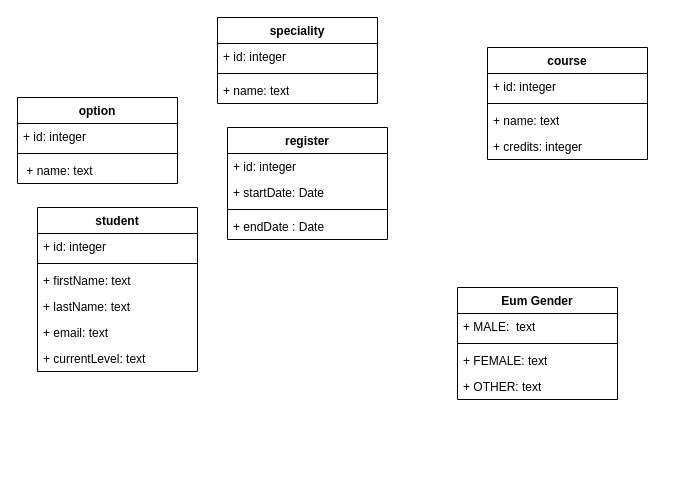
Above: page "Page-1" (1 of 3) of schoolapp-use-case-spring-1.drawio in sidofdountio/schoolappui (draw.io), before the change. Source tidied: cells renumbered, new cells numbered last; positions are measured from the earlier drawing's top-left corner, leaving out a move shared by most shapes. Both pictures are drawn from the tidied source at 100%, with x=0, y=0 at pixel (17, 17).
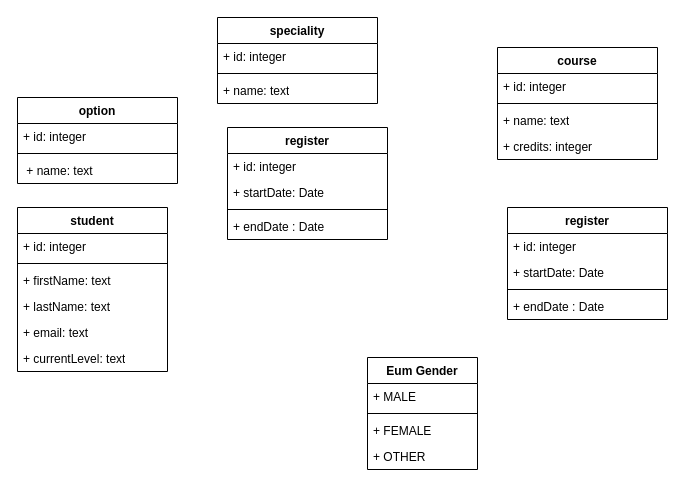
Above is the later version.

Change to the diagram source:
```diff
@@
     <mxCell id="10" value="course" style="swimlane;fontStyle=1;align=center;verticalAlign=top;horizontal=1;startSize=26;whiteSpace=wrap;html=1;" parent="1" vertex="1">
-      <mxGeometry x="470" y="30" width="160" height="112" as="geometry" />
+      <mxGeometry x="480" y="30" width="160" height="112" as="geometry" />
     </mxCell>
@@
     <mxCell id="15" value="student" style="swimlane;fontStyle=1;align=center;verticalAlign=top;horizontal=1;startSize=26;whiteSpace=wrap;html=1;" parent="1" vertex="1">
-      <mxGeometry x="20" y="190" width="160" height="164" as="geometry" />
+      <mxGeometry y="190" width="150" height="164" as="geometry" />
     </mxCell>
     <mxCell id="16" value="+ id: integer" style="text;strokeColor=none;fillColor=none;align=left;verticalAlign=top;spacingLeft=4;spacingRight=4;overflow=hidden;whiteSpace=wrap;html=1;" parent="15" vertex="1">
-      <mxGeometry y="26" width="160" height="26" as="geometry" />
+      <mxGeometry y="26" width="150" height="26" as="geometry" />
     </mxCell>
     <mxCell id="17" style="line;strokeWidth=1;fillColor=none;align=left;verticalAlign=middle;spacingTop=-1;spacingLeft=3;spacingRight=3;labelPosition=right;strokeColor=inherit;" parent="15" vertex="1">
-      <mxGeometry y="52" width="160" height="8" as="geometry" />
+      <mxGeometry y="52" width="150" height="8" as="geometry" />
     </mxCell>
     <mxCell id="18" value="+ firstName: text" style="text;strokeColor=none;fillColor=none;align=left;verticalAlign=top;spacingLeft=4;spacingRight=4;overflow=hidden;whiteSpace=wrap;html=1;" parent="15" vertex="1">
-      <mxGeometry y="60" width="160" height="26" as="geometry" />
+      <mxGeometry y="60" width="150" height="26" as="geometry" />
     </mxCell>
     <mxCell id="19" value="+ lastName: text" style="text;strokeColor=none;fillColor=none;align=left;verticalAlign=top;spacingLeft=4;spacingRight=4;overflow=hidden;whiteSpace=wrap;html=1;" parent="15" vertex="1">
-      <mxGeometry y="86" width="160" height="26" as="geometry" />
+      <mxGeometry y="86" width="150" height="26" as="geometry" />
     </mxCell>
     <mxCell id="20" value="+ email: text" style="text;strokeColor=none;fillColor=none;align=left;verticalAlign=top;spacingLeft=4;spacingRight=4;overflow=hidden;whiteSpace=wrap;html=1;" parent="15" vertex="1">
-      <mxGeometry y="112" width="160" height="26" as="geometry" />
+      <mxGeometry y="112" width="150" height="26" as="geometry" />
     </mxCell>
     <mxCell id="21" value="+ currentLevel: text" style="text;strokeColor=none;fillColor=none;align=left;verticalAlign=top;spacingLeft=4;spacingRight=4;overflow=hidden;whiteSpace=wrap;html=1;" parent="15" vertex="1">
-      <mxGeometry y="138" width="160" height="26" as="geometry" />
+      <mxGeometry y="138" width="150" height="26" as="geometry" />
     </mxCell>
     <mxCell id="22" value="Eum Gender" style="swimlane;fontStyle=1;align=center;verticalAlign=top;horizontal=1;startSize=26;whiteSpace=wrap;html=1;" parent="1" vertex="1">
-      <mxGeometry x="440" y="270" width="160" height="112" as="geometry" />
+      <mxGeometry x="350" y="340" width="110" height="112" as="geometry" />
     </mxCell>
-    <mxCell id="23" value="+ MALE:&amp;nbsp; text" style="text;strokeColor=none;fillColor=none;align=left;verticalAlign=top;spacingLeft=4;spacingRight=4;overflow=hidden;whiteSpace=wrap;html=1;" parent="22" vertex="1">
-      <mxGeometry y="26" width="160" height="26" as="geometry" />
+    <mxCell id="23" value="+ MALE" style="text;strokeColor=none;fillColor=none;align=left;verticalAlign=top;spacingLeft=4;spacingRight=4;overflow=hidden;whiteSpace=wrap;html=1;" parent="22" vertex="1">
+      <mxGeometry y="26" width="110" height="26" as="geometry" />
     </mxCell>
     <mxCell id="24" style="line;strokeWidth=1;fillColor=none;align=left;verticalAlign=middle;spacingTop=-1;spacingLeft=3;spacingRight=3;labelPosition=right;strokeColor=inherit;" parent="22" vertex="1">
-      <mxGeometry y="52" width="160" height="8" as="geometry" />
+      <mxGeometry y="52" width="110" height="8" as="geometry" />
     </mxCell>
-    <mxCell id="25" value="+ FEMALE: text" style="text;strokeColor=none;fillColor=none;align=left;verticalAlign=top;spacingLeft=4;spacingRight=4;overflow=hidden;whiteSpace=wrap;html=1;" parent="22" vertex="1">
-      <mxGeometry y="60" width="160" height="26" as="geometry" />
+    <mxCell id="25" value="+ FEMALE" style="text;strokeColor=none;fillColor=none;align=left;verticalAlign=top;spacingLeft=4;spacingRight=4;overflow=hidden;whiteSpace=wrap;html=1;" parent="22" vertex="1">
+      <mxGeometry y="60" width="110" height="26" as="geometry" />
     </mxCell>
-    <mxCell id="26" value="+ OTHER: text" style="text;strokeColor=none;fillColor=none;align=left;verticalAlign=top;spacingLeft=4;spacingRight=4;overflow=hidden;whiteSpace=wrap;html=1;" parent="22" vertex="1">
-      <mxGeometry y="86" width="160" height="26" as="geometry" />
+    <mxCell id="26" value="+ OTHER" style="text;strokeColor=none;fillColor=none;align=left;verticalAlign=top;spacingLeft=4;spacingRight=4;overflow=hidden;whiteSpace=wrap;html=1;" parent="22" vertex="1">
+      <mxGeometry y="86" width="110" height="26" as="geometry" />
     </mxCell>
@@
+    <mxCell id="32" value="register" style="swimlane;fontStyle=1;align=center;verticalAlign=top;horizontal=1;startSize=26;whiteSpace=wrap;html=1;" parent="1" vertex="1">
+      <mxGeometry x="490" y="190" width="160" height="112" as="geometry" />
+    </mxCell>
+    <mxCell id="33" value="+ id: integer" style="text;strokeColor=none;fillColor=none;align=left;verticalAlign=top;spacingLeft=4;spacingRight=4;overflow=hidden;whiteSpace=wrap;html=1;" parent="32" vertex="1">
+      <mxGeometry y="26" width="160" height="26" as="geometry" />
+    </mxCell>
+    <mxCell id="34" value="+ startDate: Date" style="text;strokeColor=none;fillColor=none;align=left;verticalAlign=top;spacingLeft=4;spacingRight=4;overflow=hidden;whiteSpace=wrap;html=1;" parent="32" vertex="1">
+      <mxGeometry y="52" width="160" height="26" as="geometry" />
+    </mxCell>
+    <mxCell id="35" style="line;strokeWidth=1;fillColor=none;align=left;verticalAlign=middle;spacingTop=-1;spacingLeft=3;spacingRight=3;labelPosition=right;strokeColor=inherit;" parent="32" vertex="1">
+      <mxGeometry y="78" width="160" height="8" as="geometry" />
+    </mxCell>
+    <mxCell id="36" value="+ endDate : Date" style="text;strokeColor=none;fillColor=none;align=left;verticalAlign=top;spacingLeft=4;spacingRight=4;overflow=hidden;whiteSpace=wrap;html=1;" parent="32" vertex="1">
+      <mxGeometry y="86" width="160" height="26" as="geometry" />
+    </mxCell>
```
